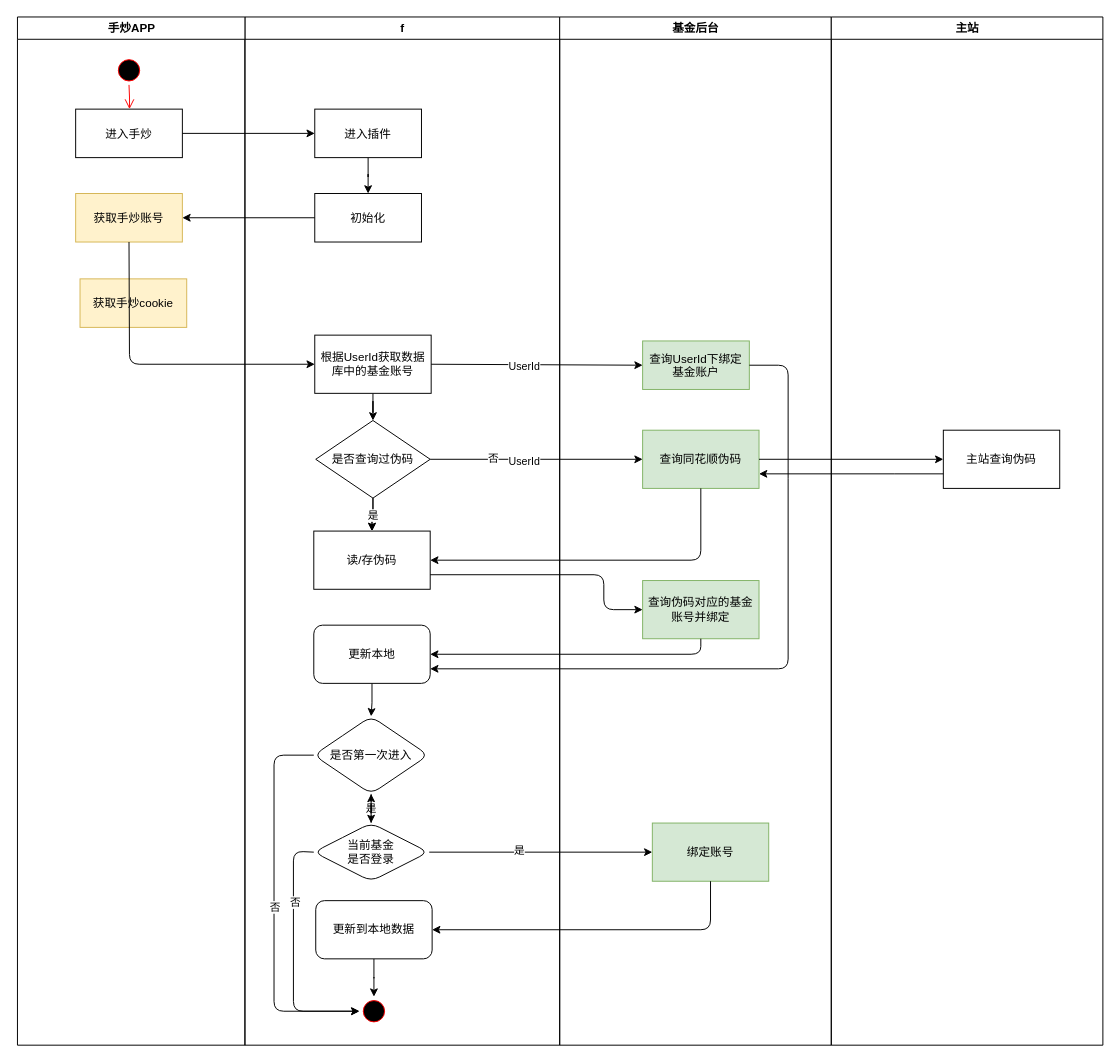
Earlier version of the draw.io diagram Untitled Diagram.drawio (NamSangMi/-personal-learning). Source tidied: cells renumbered, new cells numbered last; positions are measured from the earlier drawing's top-left corner, leaving out a move shared by most shapes. Both pictures are drawn from the tidied source at 97%, with x=0, y=0 at pixel (17, 16).
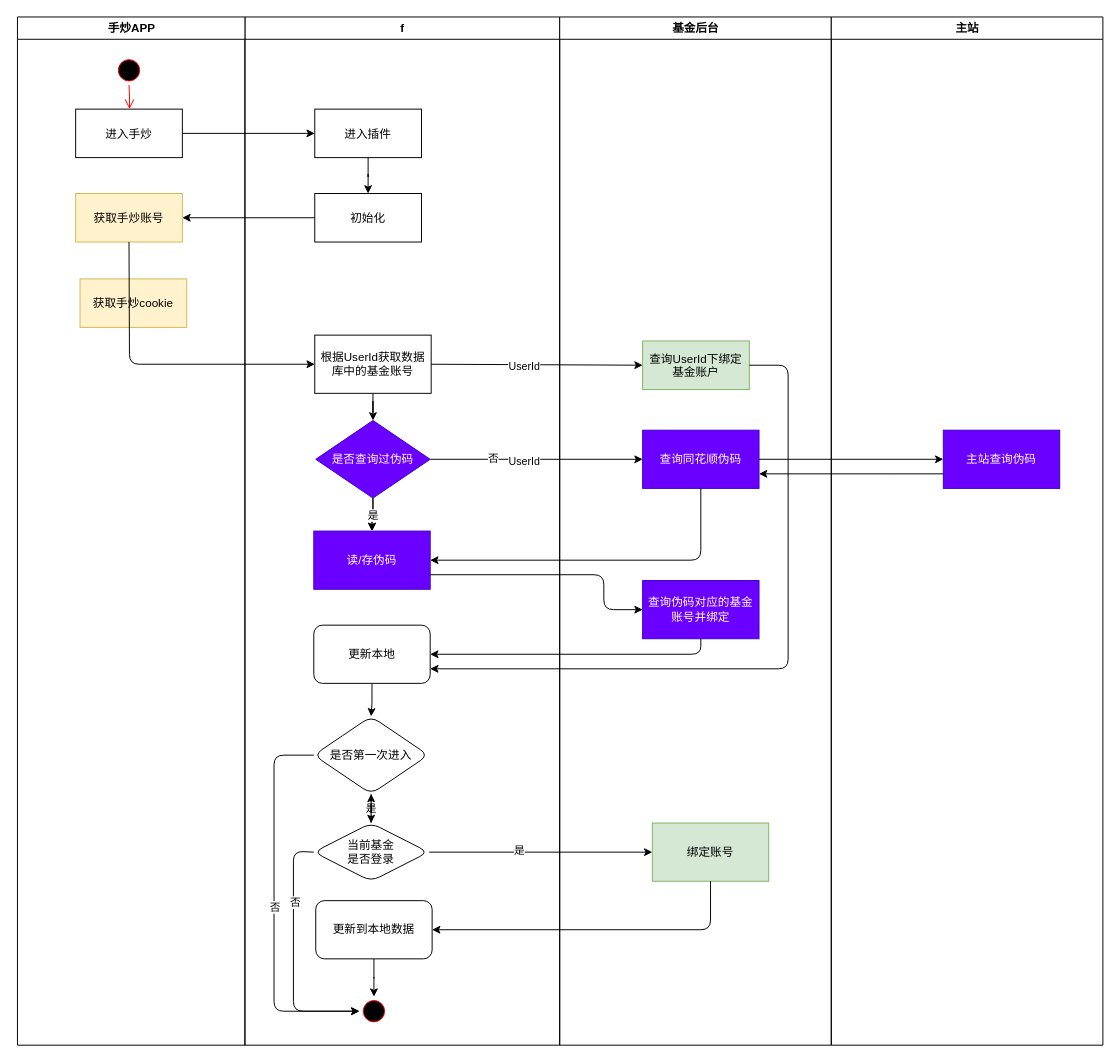
The same diagram, later.

Unchanged cells that the change refers to:
```xml
<mxCell id="2" value="f" style="swimlane;whiteSpace=wrap;" parent="1" vertex="1">
  <mxGeometry x="234" width="324.5" height="1060" as="geometry" />
</mxCell>
<mxCell id="27" value="基金后台" style="swimlane;whiteSpace=wrap;" parent="1" vertex="1">
  <mxGeometry x="558.5" width="280" height="1060" as="geometry" />
</mxCell>
<mxCell id="32" value="主站" style="swimlane;whiteSpace=wrap;" parent="1" vertex="1">
  <mxGeometry x="838.5" width="280" height="1060" as="geometry" />
</mxCell>
```

The edit, as a diff of the source:
```diff
@@
-    <mxCell id="10" value="是否查询过伪码" style="rhombus;whiteSpace=wrap;html=1;" parent="2" vertex="1">
+    <mxCell id="10" value="是否查询过伪码" style="rhombus;whiteSpace=wrap;html=1;fillColor=#6a00ff;strokeColor=#3700CC;fontColor=#ffffff;" parent="2" vertex="1">
       <mxGeometry x="73" y="416" width="118" height="80" as="geometry" />
     </mxCell>
@@
-    <mxCell id="26" value="读/存伪码" style="whiteSpace=wrap;html=1;" parent="2" vertex="1">
+    <mxCell id="26" value="读/存伪码" style="whiteSpace=wrap;html=1;fillColor=#6a00ff;strokeColor=#3700CC;fontColor=#ffffff;" parent="2" vertex="1">
       <mxGeometry x="71" y="530" width="120" height="60" as="geometry" />
     </mxCell>
@@
-    <mxCell id="29" value="查询同花顺伪码" style="rounded=0;whiteSpace=wrap;html=1;fillColor=#d5e8d4;strokeColor=#82b366;" parent="27" vertex="1">
+    <mxCell id="29" value="查询同花顺伪码" style="rounded=0;whiteSpace=wrap;html=1;fillColor=#6a00ff;strokeColor=#3700CC;fontColor=#ffffff;" parent="27" vertex="1">
       <mxGeometry x="85.5" y="426" width="120" height="60" as="geometry" />
     </mxCell>
-    <mxCell id="30" value="查询伪码对应的基金账号并绑定" style="rounded=0;whiteSpace=wrap;html=1;fillColor=#d5e8d4;strokeColor=#82b366;" parent="27" vertex="1">
+    <mxCell id="30" value="查询伪码对应的基金账号并绑定" style="rounded=0;whiteSpace=wrap;html=1;fillColor=#6a00ff;strokeColor=#3700CC;fontColor=#ffffff;" parent="27" vertex="1">
       <mxGeometry x="85.5" y="581" width="120" height="60" as="geometry" />
     </mxCell>
@@
-    <mxCell id="33" value="主站查询伪码" style="rounded=0;whiteSpace=wrap;html=1;" parent="32" vertex="1">
+    <mxCell id="33" value="主站查询伪码" style="rounded=0;whiteSpace=wrap;html=1;fillColor=#6a00ff;strokeColor=#3700CC;fontColor=#ffffff;" parent="32" vertex="1">
       <mxGeometry x="115.5" y="426" width="120" height="60" as="geometry" />
     </mxCell>
```
